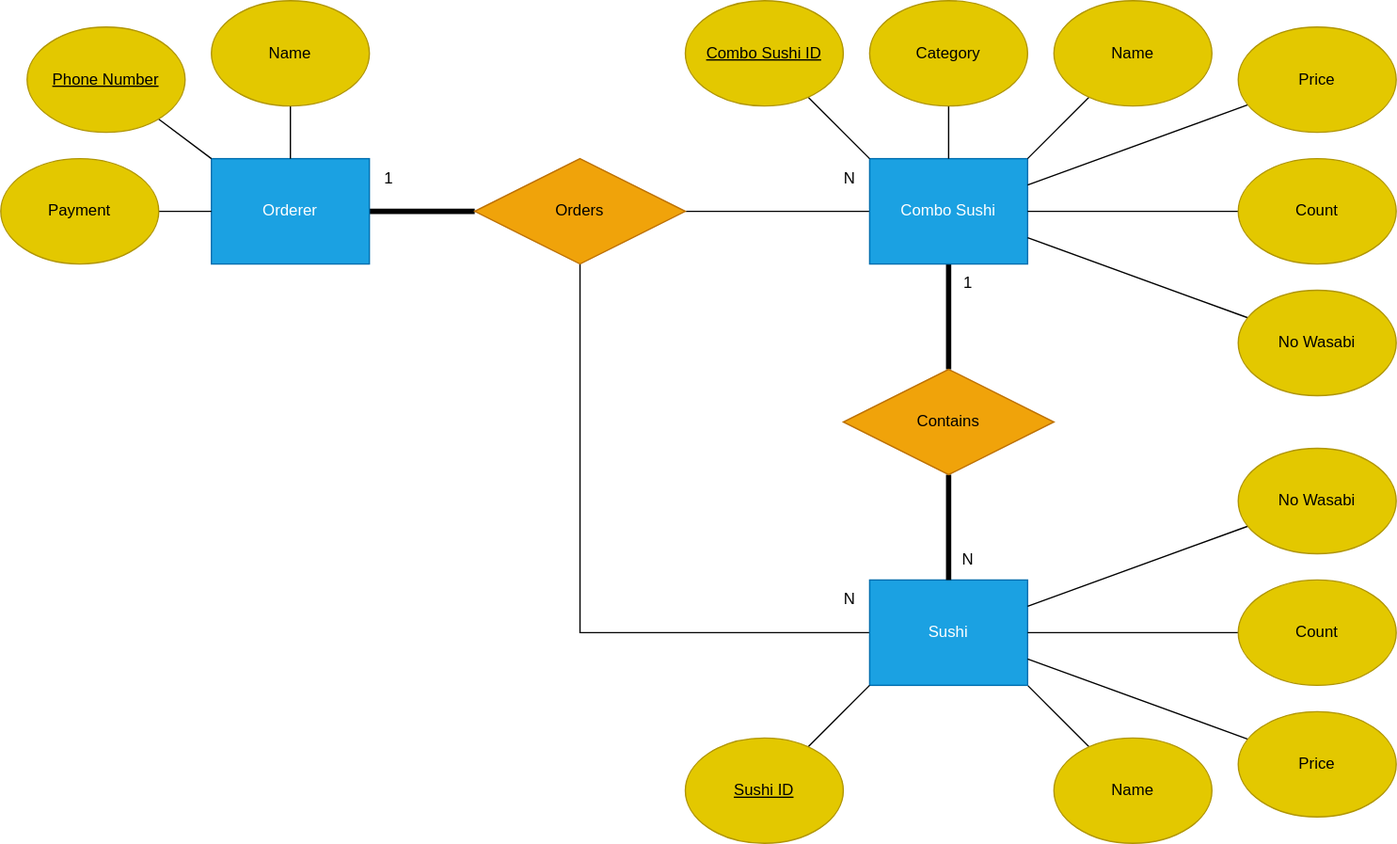
This is tasks/db_modelling_1/diagram_1.svg from MrSung/praha_challenge, a draw.io export, as it was before one commit. Source tidied: cells renumbered, new cells last; positions are measured from the earlier drawing's top-left corner, leaving out a move shared by most shapes.
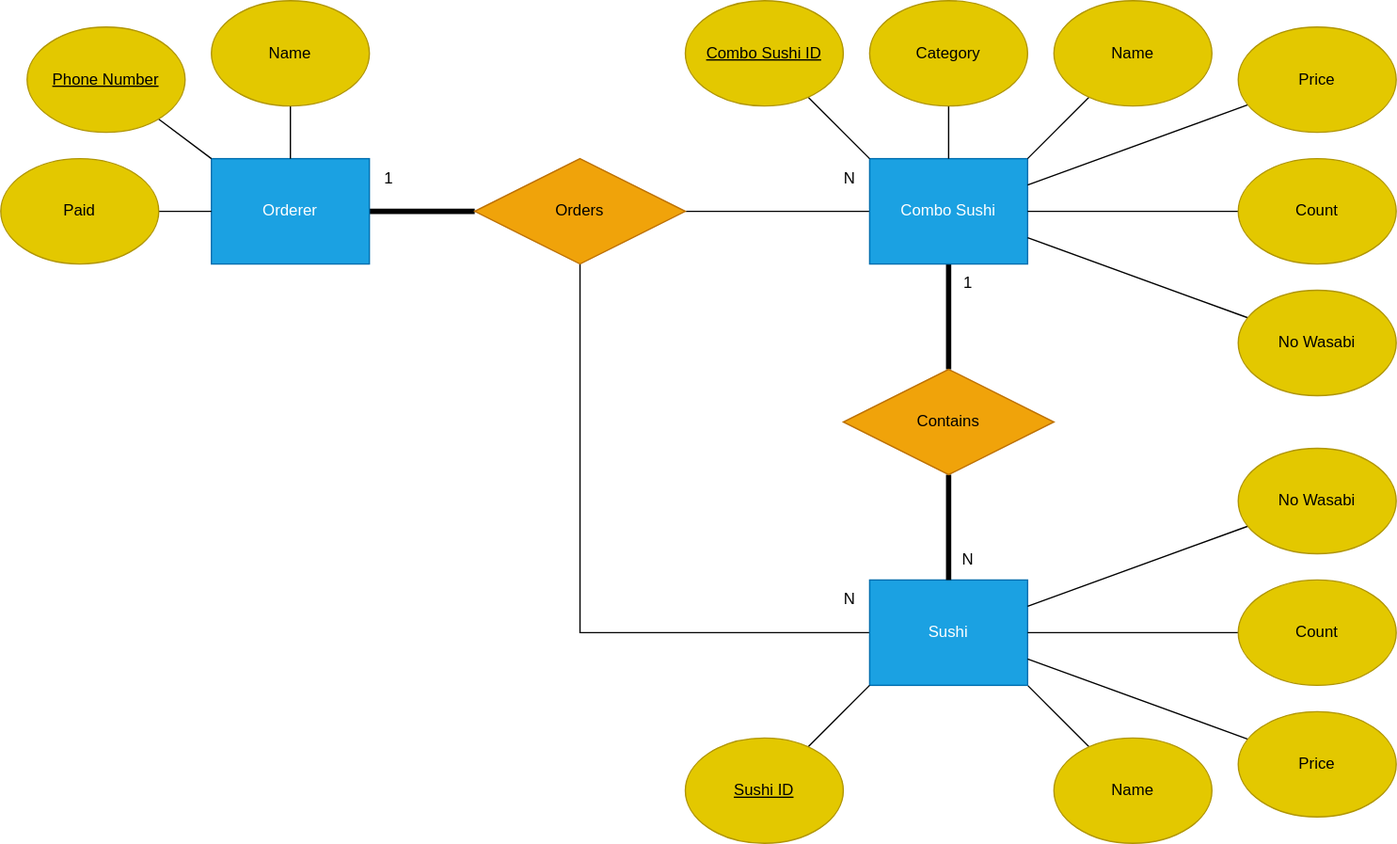
Later version of the same file.

Change to the diagram source:
```diff
@@ -36,7 +36,7 @@
     <mxCell id="11" style="edgeStyle=none;html=1;endArrow=none;endFill=0;" parent="1" edge="1" source="12" target="3">
       <mxGeometry relative="1" as="geometry" />
     </mxCell>
-    <mxCell id="12" value="Payment" style="ellipse;whiteSpace=wrap;html=1;fillColor=#e3c800;fontColor=#000000;strokeColor=#B09500;" parent="1" vertex="1">
+    <mxCell id="12" value="Paid" style="ellipse;whiteSpace=wrap;html=1;fillColor=#e3c800;fontColor=#000000;strokeColor=#B09500;" parent="1" vertex="1">
       <mxGeometry y="120" width="120" height="80" as="geometry" />
     </mxCell>
     <mxCell id="13" style="edgeStyle=none;jumpStyle=line;jumpSize=16;html=1;endArrow=none;endFill=0;strokeWidth=4;" parent="1" edge="1" source="14" target="20">
```
